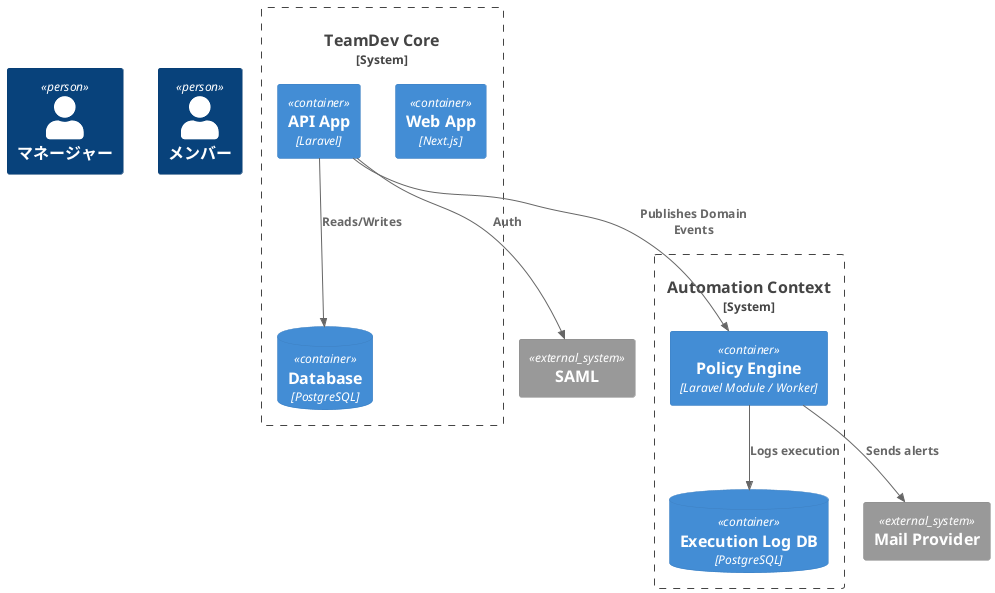
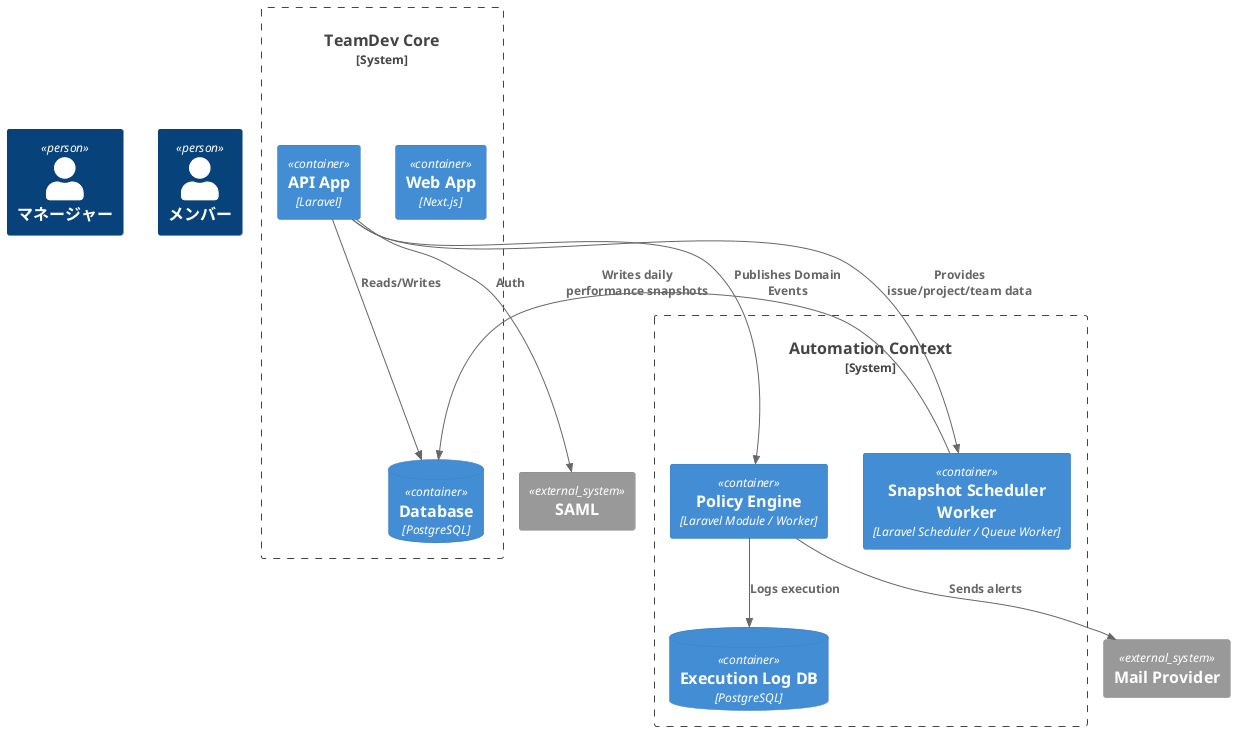
@startuml
!include <C4/C4_Container>

Person(manager, "マネージャー")
Person(member, "メンバー")

System_Boundary(core, "TeamDev Core") {
  Container(web, "Web App", "Next.js")
  Container(api, "API App", "Laravel")
  ContainerDb(db, "Database", "PostgreSQL")
}

System_Boundary(auto, "Automation Context") {
  Container(policy, "Policy Engine", "Laravel Module / Worker")
+   Container(snapshot, "Snapshot Scheduler Worker", "Laravel Scheduler / Queue Worker")
  ContainerDb(logdb, "Execution Log DB", "PostgreSQL")
}

System_Ext(mail, "Mail Provider")
System_Ext(saml, "SAML")

Rel(api, db, "Reads/Writes")
Rel(api, saml, "Auth")

Rel(api, policy, "Publishes Domain Events")
+ Rel(api, snapshot, "Provides issue/project/team data")
Rel(policy, logdb, "Logs execution")
Rel(policy, mail, "Sends alerts")
+ Rel(snapshot, db, "Writes daily performance snapshots")

@enduml